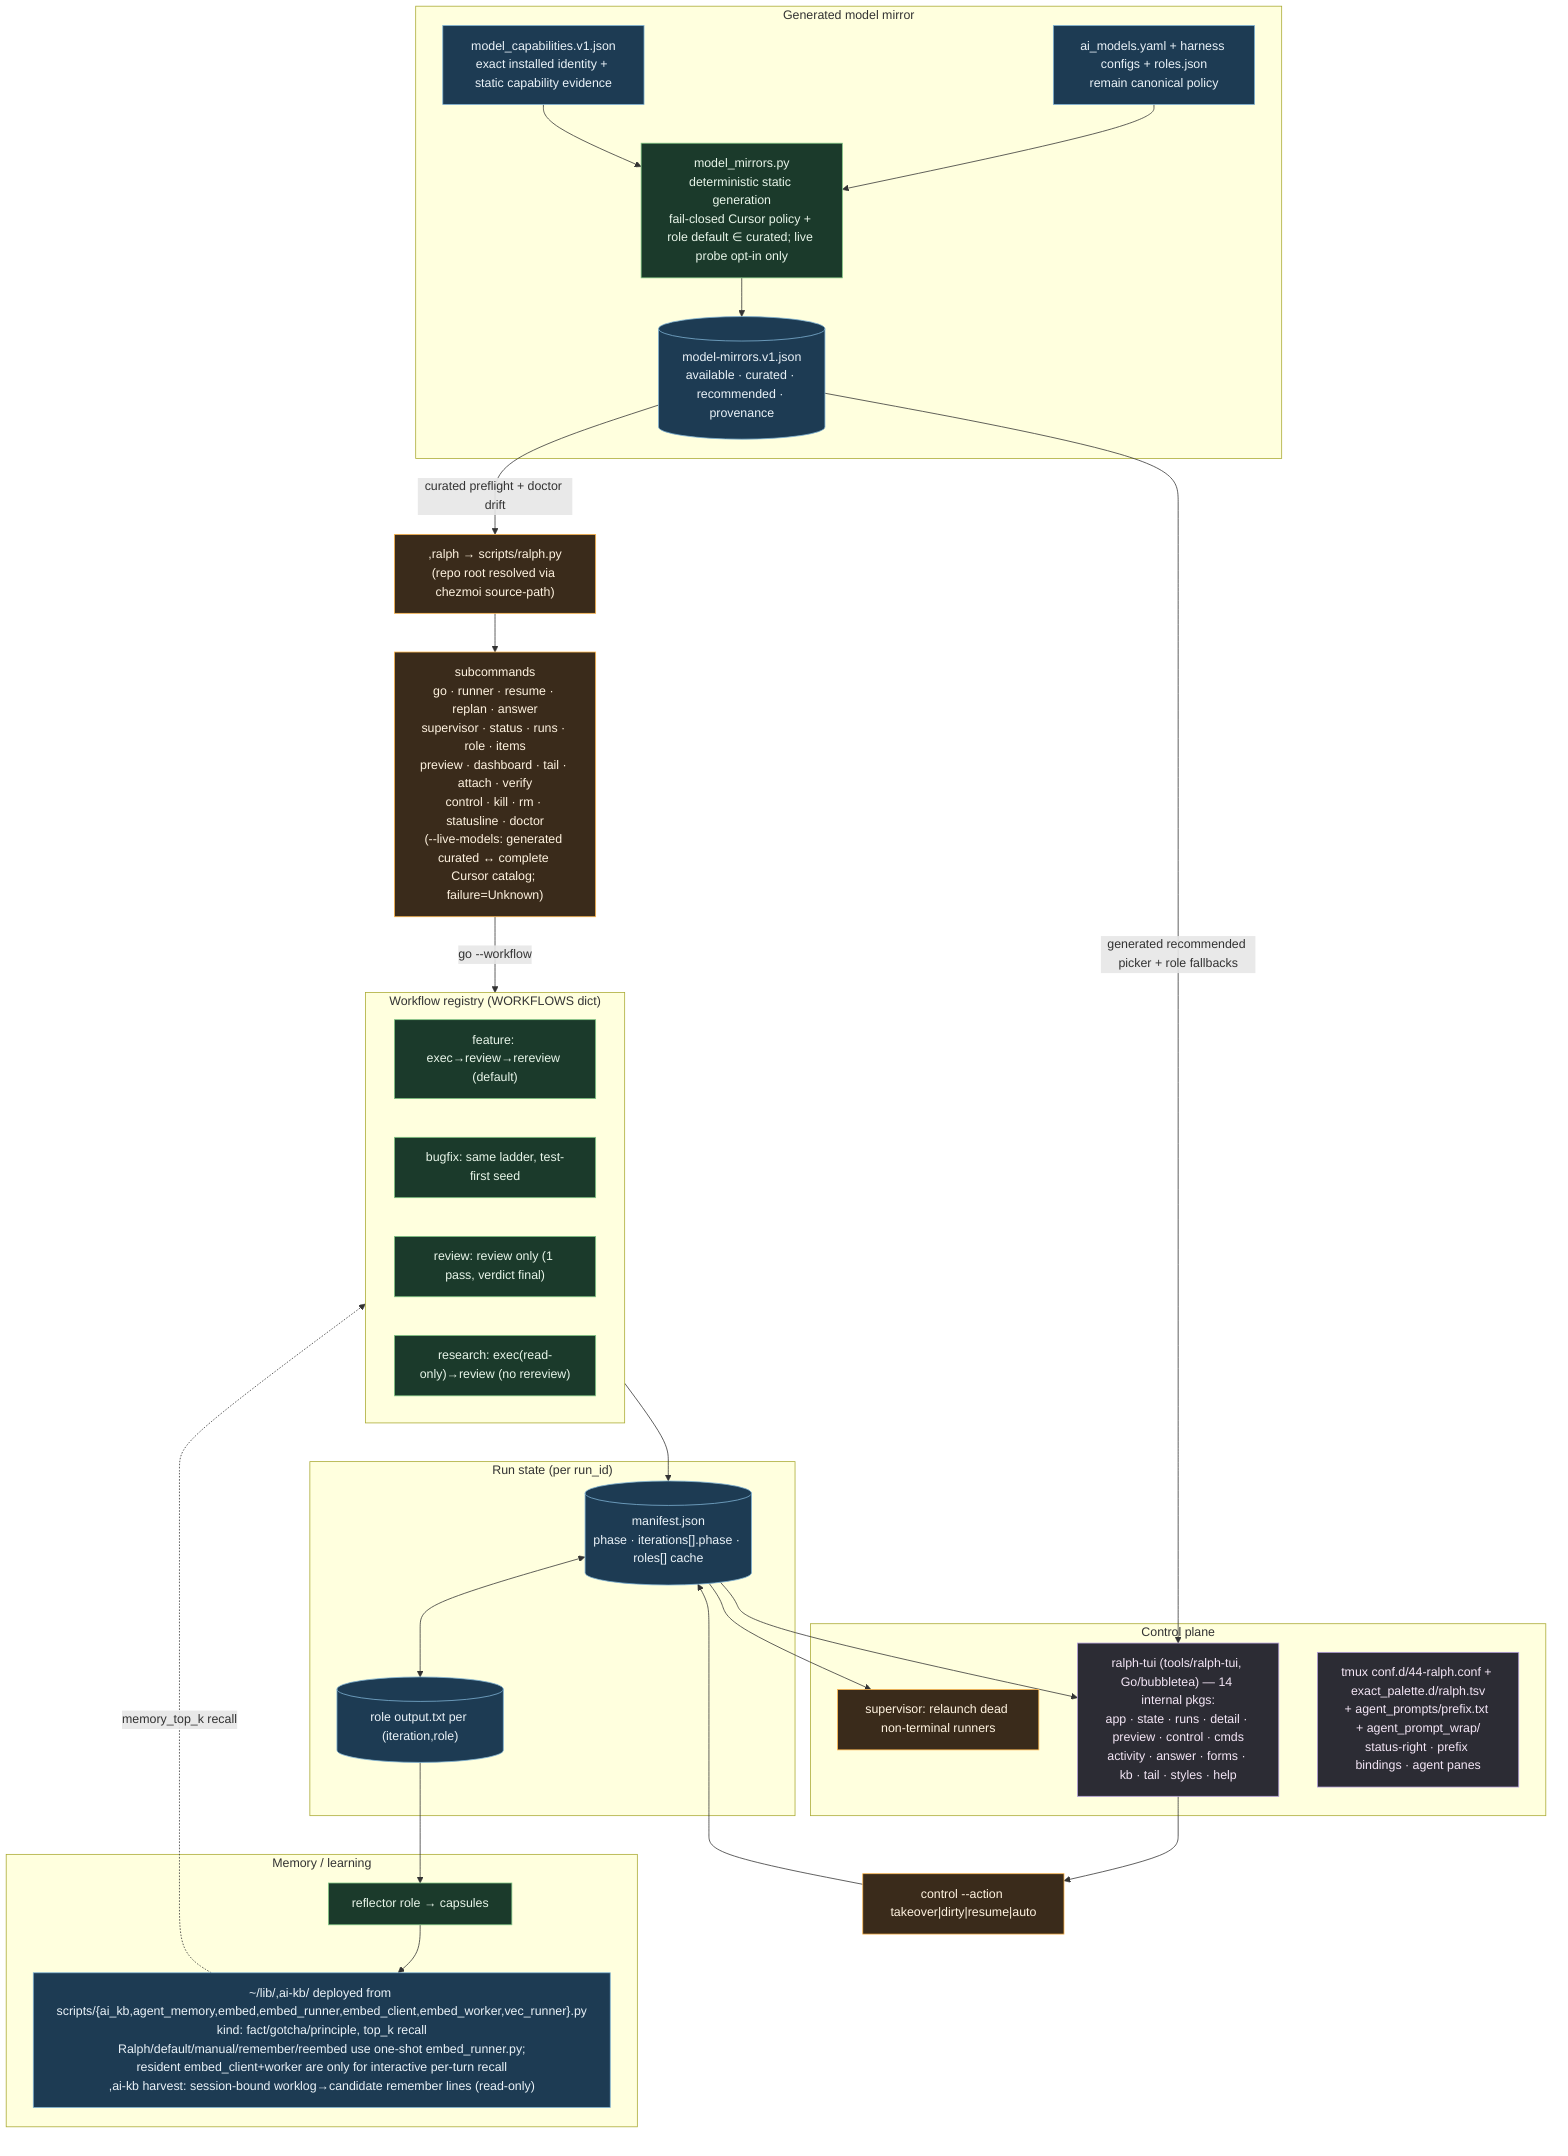
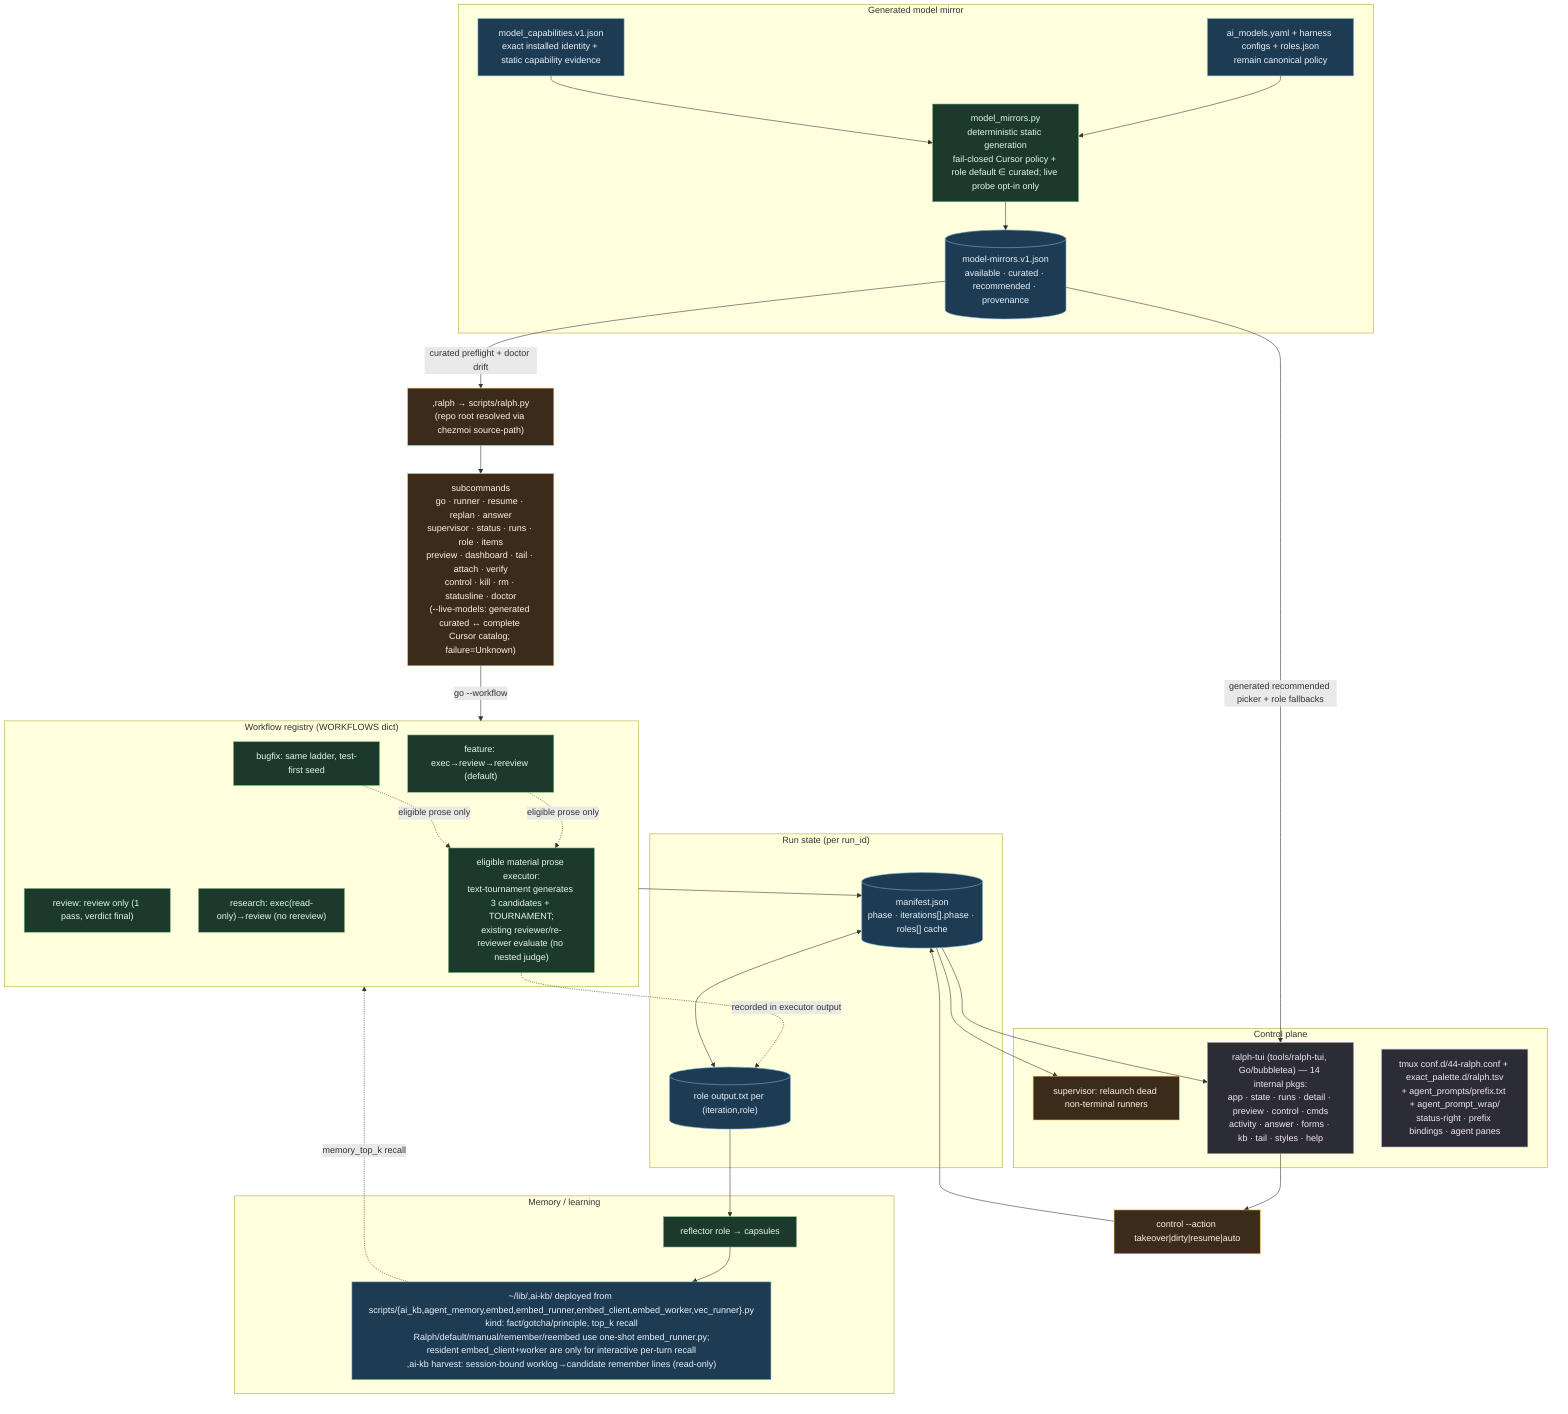
%% ============================================================================
%% 04b-ralph-control-plane.mmd — Ralph CLI surface, workflows, and tmux/TUI
%% control plane. Companion to 04-ralph-state-machine.mmd.
%% ============================================================================
flowchart TD
    classDef cli fill:#3a2b1b,stroke:#ffb74d,color:#fff3e0;
    classDef flow fill:#1b3a2b,stroke:#81c784,color:#e8f5e9;
    classDef tui fill:#2c2c34,stroke:#b39ddb,color:#f3e5f5;
    classDef data fill:#1d3b53,stroke:#7fb3d5,color:#eaf2f8;

    ENTRY[",ralph → scripts/ralph.py<br/>(repo root resolved via chezmoi source-path)"]:::cli

    ENTRY --> CMDS["subcommands<br/>go · runner · resume · replan · answer<br/>supervisor · status · runs · role · items<br/>preview · dashboard · tail · attach · verify<br/>control · kill · rm · statusline · doctor<br/>(--live-models: generated curated ↔ complete Cursor catalog; failure=Unknown)"]:::cli

    subgraph WF["Workflow registry (WORKFLOWS dict)"]
        FEAT["feature: exec→review→rereview (default)"]:::flow
        BUG["bugfix: same ladder, test-first seed"]:::flow
        REV["review: review only (1 pass, verdict final)"]:::flow
        RES["research: exec(read-only)→review (no rereview)"]:::flow
+         TEXT["eligible material prose executor:<br/>text-tournament generates 3 candidates + TOURNAMENT;<br/>existing reviewer/re-reviewer evaluate (no nested judge)"]:::flow
    end
    CMDS -->|go --workflow| WF
+     FEAT & BUG -. "eligible prose only" .-> TEXT

    subgraph STATE["Run state (per run_id)"]
        MAN[("manifest.json<br/>phase · iterations[].phase · roles[] cache")]:::data
        OUT[("role output.txt per (iteration,role)")]:::data
    end
    WF --> MAN
+     TEXT -. "recorded in executor output" .-> OUT
    MAN <--> OUT

    subgraph CONTROL["Control plane"]
        SUP["supervisor: relaunch dead non-terminal runners"]:::cli
        TUI["ralph-tui (tools/ralph-tui, Go/bubbletea) — 14 internal pkgs:<br/>app · state · runs · detail · preview · control · cmds<br/>activity · answer · forms · kb · tail · styles · help"]:::tui
        TMUX["tmux conf.d/44-ralph.conf + exact_palette.d/ralph.tsv<br/>+ agent_prompts/prefix.txt + agent_prompt_wrap/<br/>status-right · prefix bindings · agent panes"]:::tui
    end
    MAN --> TUI
    MAN --> SUP
    TUI --> CONTROLCMD["control --action takeover|dirty|resume|auto"]:::cli
    CONTROLCMD --> MAN

    subgraph MODELS["Generated model mirror"]
        POLICY["ai_models.yaml + harness configs + roles.json<br/>remain canonical policy"]:::data
        CAP["model_capabilities.v1.json<br/>exact installed identity + static capability evidence"]:::data
        MIRROR[("model-mirrors.v1.json<br/>available · curated · recommended · provenance")]:::data
        MODELGEN["model_mirrors.py<br/>deterministic static generation<br/>fail-closed Cursor policy + role default ∈ curated; live probe opt-in only"]:::flow
    end
    POLICY & CAP --> MODELGEN --> MIRROR
    MIRROR -->|"curated preflight + doctor drift"| ENTRY
    MIRROR -->|"generated recommended picker + role fallbacks"| TUI

    subgraph KB["Memory / learning"]
        REFLECT["reflector role → capsules"]:::flow
        AIKB["~/lib/,ai-kb/ deployed from scripts/{ai_kb,agent_memory,embed,embed_runner,embed_client,embed_worker,vec_runner}.py<br/>kind: fact/gotcha/principle, top_k recall<br/>Ralph/default/manual/remember/reembed use one-shot embed_runner.py;<br/>resident embed_client+worker are only for interactive per-turn recall<br/>,ai-kb harvest: session-bound worklog→candidate remember lines (read-only)"]:::data
    end
    OUT --> REFLECT --> AIKB
    AIKB -.memory_top_k recall.-> WF
